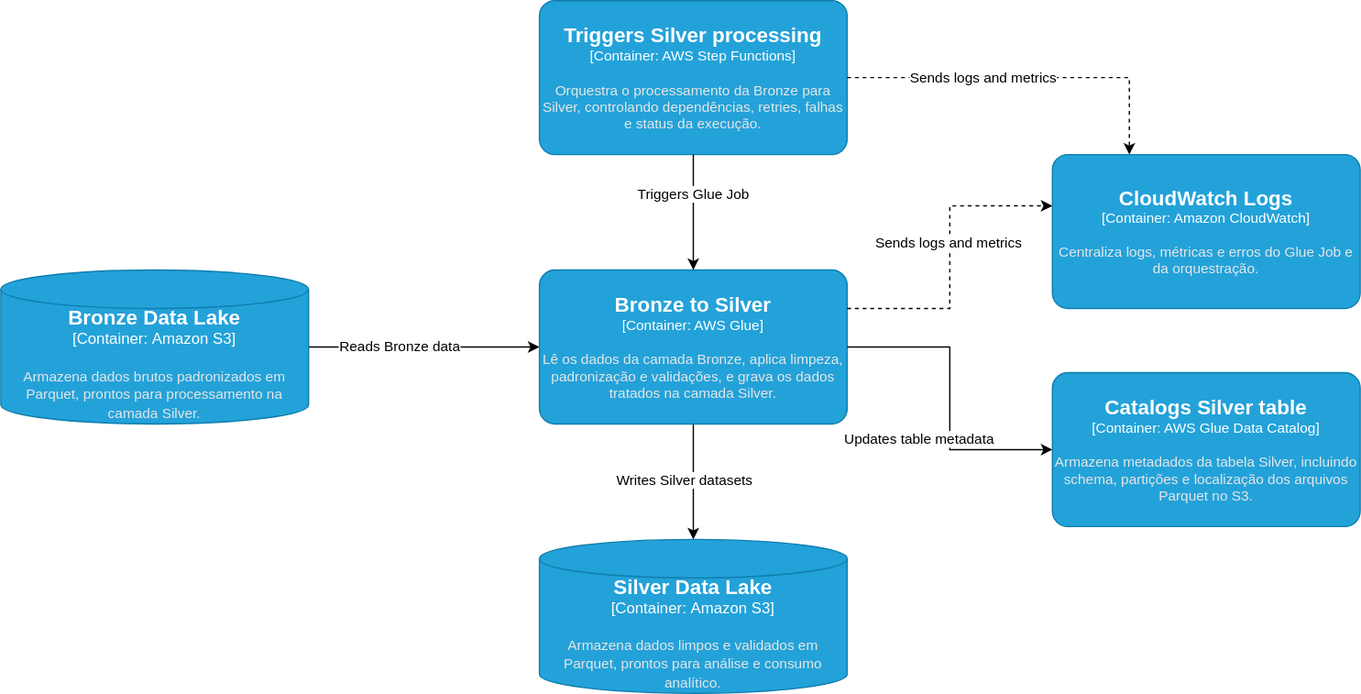
Earlier version of the draw.io export architecture/c4/c3_bronze_to_silver_flow.drawio.svg (lleonardo-p/data_masters). Source tidied: cells renumbered, new cells last; positions are measured from the earlier drawing's top-left corner, leaving out a move shared by most shapes. Source of this version:
```xml
<mxGraphModel>
  <root>
    <mxCell id="0" />
    <mxCell id="1" parent="0" />
    <mxCell id="2" style="edgeStyle=orthogonalEdgeStyle;rounded=0;jettySize=auto;html=1;exitX=1;exitY=0.5;exitDx=0;exitDy=0;exitPerimeter=0;" parent="1" edge="1" source="20" target="6">
      <mxGeometry relative="1" as="geometry" />
    </mxCell>
    <mxCell id="3" value="Reads Bronze data" style="edgeLabel;html=1;align=center;verticalAlign=middle;" parent="2" vertex="1">
      <mxGeometry x="-0.21" relative="1" as="geometry" />
    </mxCell>
    <mxCell id="4" style="edgeStyle=orthogonalEdgeStyle;rounded=0;jettySize=auto;html=1;exitX=0.5;exitY=1;exitDx=0;exitDy=0;exitPerimeter=0;" parent="1" edge="1" source="6">
      <mxGeometry relative="1" as="geometry">
        <mxPoint x="540" y="420" as="targetPoint" />
      </mxGeometry>
    </mxCell>
    <mxCell id="5" value="Writes Silver datasets" style="edgeLabel;html=1;align=center;verticalAlign=middle;" parent="4" vertex="1">
      <mxGeometry x="-0.07" y="2" relative="1" as="geometry">
        <mxPoint x="-9" y="2" as="offset" />
      </mxGeometry>
    </mxCell>
    <object id="6" label="&lt;font style=&quot;font-size: 16px&quot;&gt;&lt;b&gt;%c4Name%&lt;/b&gt;&lt;/font&gt;&lt;div&gt;[%c4Type%: %c4Technology%]&lt;/div&gt;&lt;br&gt;&lt;div&gt;&lt;font style=&quot;font-size: 11px&quot;&gt;&lt;font color=&quot;#E6E6E6&quot;&gt;%c4Description%&lt;/font&gt;&lt;/div&gt;" c4Description="Lê os dados da camada Bronze, aplica limpeza, padronização e validações, e grava os dados tratados na camada Silver." c4Name="Bronze to Silver" c4Technology="AWS Glue" c4Type="Container" placeholders="1">
      <mxCell style="rounded=1;whiteSpace=wrap;html=1;fontSize=11;labelBackgroundColor=none;fillColor=#23A2D9;fontColor=#ffffff;align=center;arcSize=10;strokeColor=#0E7DAD;points=[[0.25,0,0],[0.5,0,0],[0.75,0,0],[1,0.25,0],[1,0.5,0],[1,0.75,0],[0.75,1,0],[0.5,1,0],[0.25,1,0],[0,0.75,0],[0,0.5,0],[0,0.25,0]];" parent="1" vertex="1">
        <mxGeometry x="420" y="210" width="240" height="120" as="geometry" />
      </mxCell>
    </object>
    <object id="7" label="&lt;font style=&quot;font-size: 16px&quot;&gt;&lt;b&gt;%c4Name%&lt;/b&gt;&lt;/font&gt;&lt;div&gt;[%c4Type%: %c4Technology%]&lt;/div&gt;&lt;br&gt;&lt;div&gt;&lt;font style=&quot;font-size: 11px&quot;&gt;&lt;font color=&quot;#E6E6E6&quot;&gt;%c4Description%&lt;/font&gt;&lt;/div&gt;" c4Description="Armazena metadados da tabela Silver, incluindo schema, partições e localização dos arquivos Parquet no S3." c4Name="Catalogs Silver table" c4Technology="AWS Glue Data Catalog" c4Type="Container" placeholders="1">
      <mxCell style="rounded=1;whiteSpace=wrap;html=1;fontSize=11;labelBackgroundColor=none;fillColor=#23A2D9;fontColor=#ffffff;align=center;arcSize=10;strokeColor=#0E7DAD;points=[[0.25,0,0],[0.5,0,0],[0.75,0,0],[1,0.25,0],[1,0.5,0],[1,0.75,0],[0.75,1,0],[0.5,1,0],[0.25,1,0],[0,0.75,0],[0,0.5,0],[0,0.25,0]];" parent="1" vertex="1">
        <mxGeometry x="820" y="290" width="240" height="120" as="geometry" />
      </mxCell>
    </object>
    <mxCell id="8" style="edgeStyle=orthogonalEdgeStyle;rounded=0;jettySize=auto;html=1;exitX=1;exitY=0.5;exitDx=0;exitDy=0;exitPerimeter=0;entryX=0;entryY=0.5;entryDx=0;entryDy=0;entryPerimeter=0;" parent="1" edge="1" source="6" target="7">
      <mxGeometry relative="1" as="geometry" />
    </mxCell>
    <mxCell id="9" value="Updates table metadata" style="edgeLabel;html=1;align=center;verticalAlign=middle;" parent="8" vertex="1">
      <mxGeometry x="0.26" y="1" relative="1" as="geometry">
        <mxPoint x="-25" y="1" as="offset" />
      </mxGeometry>
    </mxCell>
    <object id="10" label="&lt;font style=&quot;font-size: 16px&quot;&gt;&lt;b&gt;%c4Name%&lt;/b&gt;&lt;/font&gt;&lt;div&gt;[%c4Type%: %c4Technology%]&lt;/div&gt;&lt;br&gt;&lt;div&gt;&lt;font style=&quot;font-size: 11px&quot;&gt;&lt;font color=&quot;#E6E6E6&quot;&gt;%c4Description%&lt;/font&gt;&lt;/div&gt;" c4Description="Centraliza logs, métricas e erros do Glue Job e da orquestração." c4Name="CloudWatch Logs" c4Technology="Amazon CloudWatch" c4Type="Container" placeholders="1">
      <mxCell style="rounded=1;whiteSpace=wrap;html=1;fontSize=11;labelBackgroundColor=none;fillColor=#23A2D9;fontColor=#ffffff;align=center;arcSize=10;strokeColor=#0E7DAD;points=[[0.25,0,0],[0.5,0,0],[0.75,0,0],[1,0.25,0],[1,0.5,0],[1,0.75,0],[0.75,1,0],[0.5,1,0],[0.25,1,0],[0,0.75,0],[0,0.5,0],[0,0.25,0]];" parent="1" vertex="1">
        <mxGeometry x="820" y="120" width="240" height="120" as="geometry" />
      </mxCell>
    </object>
    <mxCell id="11" style="edgeStyle=orthogonalEdgeStyle;rounded=0;jettySize=auto;html=1;exitX=1;exitY=0.25;exitDx=0;exitDy=0;exitPerimeter=0;entryX=0;entryY=0.333;entryDx=0;entryDy=0;entryPerimeter=0;dashed=1;" parent="1" edge="1" source="6" target="10">
      <mxGeometry relative="1" as="geometry" />
    </mxCell>
    <mxCell id="12" value="&lt;span style=&quot;color: rgba(0, 0, 0, 0); font-family: monospace; font-size: 0px; text-align: start; background-color: rgb(236, 236, 236);&quot;&gt;%3CmxGraphModel%3E%3Croot%3E%3CmxCell%20id%3D%220%22%2F%3E%3CmxCell%20id%3D%221%22%20parent%3D%220%22%2F%3E%3CmxCell%20id%3D%222%22%20connectable%3D%220%22%20parent%3D%221%22%20style%3D%22edgeLabel%3Bhtml%3D1%3Balign%3Dcenter%3BverticalAlign%3Dmiddle%3Bresizable%3D0%3Bpoints%3D%5B%5D%3B%22%20value%3D%22Sends%20logs%20and%20metrics%22%20vertex%3D%221%22%3E%3CmxGeometry%20x%3D%22-29%22%20y%3D%22-1279%22%20as%3D%22geometry%22%2F%3E%3C%2FmxCell%3E%3C%2Froot%3E%3C%2FmxGraphModel%3E&lt;/span&gt;" style="edgeLabel;html=1;align=center;verticalAlign=middle;" parent="11" vertex="1">
      <mxGeometry x="0.08" y="-1" relative="1" as="geometry" />
    </mxCell>
    <mxCell id="13" value="Sends logs and metrics" style="edgeLabel;html=1;align=center;verticalAlign=middle;" parent="11" vertex="1">
      <mxGeometry x="0.1" y="1" relative="1" as="geometry" />
    </mxCell>
    <object id="14" label="&lt;font style=&quot;font-size: 16px&quot;&gt;&lt;b&gt;%c4Name%&lt;/b&gt;&lt;/font&gt;&lt;div&gt;[%c4Type%: %c4Technology%]&lt;/div&gt;&lt;br&gt;&lt;div&gt;&lt;font style=&quot;font-size: 11px&quot;&gt;&lt;font color=&quot;#E6E6E6&quot;&gt;%c4Description%&lt;/font&gt;&lt;/div&gt;" c4Description="Orquestra o processamento da Bronze para Silver, controlando dependências, retries, falhas e status da execução." c4Name="Triggers Silver processing" c4Technology="AWS Step Functions" c4Type="Container" placeholders="1">
      <mxCell style="rounded=1;whiteSpace=wrap;html=1;fontSize=11;labelBackgroundColor=none;fillColor=#23A2D9;fontColor=#ffffff;align=center;arcSize=10;strokeColor=#0E7DAD;points=[[0.25,0,0],[0.5,0,0],[0.75,0,0],[1,0.25,0],[1,0.5,0],[1,0.75,0],[0.75,1,0],[0.5,1,0],[0.25,1,0],[0,0.75,0],[0,0.5,0],[0,0.25,0]];" parent="1" vertex="1">
        <mxGeometry x="420" width="240" height="120" as="geometry" />
      </mxCell>
    </object>
    <mxCell id="15" style="edgeStyle=orthogonalEdgeStyle;rounded=0;jettySize=auto;html=1;entryX=0.5;entryY=0;entryDx=0;entryDy=0;entryPerimeter=0;" parent="1" edge="1" source="14" target="6">
      <mxGeometry relative="1" as="geometry" />
    </mxCell>
    <mxCell id="16" value="&lt;span style=&quot;color: rgba(0, 0, 0, 0); font-family: monospace; font-size: 0px; text-align: start; background-color: rgb(236, 236, 236);&quot;&gt;%3CmxGraphModel%3E%3Croot%3E%3CmxCell%20id%3D%220%22%2F%3E%3CmxCell%20id%3D%221%22%20parent%3D%220%22%2F%3E%3CmxCell%20id%3D%222%22%20connectable%3D%220%22%20parent%3D%221%22%20style%3D%22edgeLabel%3Bhtml%3D1%3Balign%3Dcenter%3BverticalAlign%3Dmiddle%3Bresizable%3D0%3Bpoints%3D%5B%5D%3B%22%20value%3D%22Triggers%20scheduled%20pipeline%22%20vertex%3D%221%22%3E%3CmxGeometry%20x%3D%22-260%22%20y%3D%22-1380%22%20as%3D%22geometry%22%2F%3E%3C%2FmxCell%3E%3C%2Froot%3E%3C%2FmxGraphModel%3E&lt;/span&gt;" style="edgeLabel;html=1;align=center;verticalAlign=middle;" parent="15" vertex="1">
      <mxGeometry x="-0.3" y="-1" relative="1" as="geometry" />
    </mxCell>
    <mxCell id="17" value="Triggers Glue Job" style="edgeLabel;html=1;align=center;verticalAlign=middle;" parent="15" vertex="1">
      <mxGeometry x="-0.31" relative="1" as="geometry" />
    </mxCell>
    <mxCell id="18" style="edgeStyle=orthogonalEdgeStyle;rounded=0;jettySize=auto;html=1;exitX=1;exitY=0.5;exitDx=0;exitDy=0;exitPerimeter=0;entryX=0.25;entryY=0;entryDx=0;entryDy=0;entryPerimeter=0;dashed=1;" parent="1" edge="1" source="14" target="10">
      <mxGeometry relative="1" as="geometry" />
    </mxCell>
    <mxCell id="19" value="Sends logs and metrics" style="edgeLabel;html=1;align=center;verticalAlign=middle;" parent="18" vertex="1">
      <mxGeometry x="-0.43" y="-2" relative="1" as="geometry">
        <mxPoint x="26" y="-2" as="offset" />
      </mxGeometry>
    </mxCell>
    <object id="20" label="&lt;font style=&quot;font-size: 16px&quot;&gt;&lt;b&gt;%c4Name%&lt;/b&gt;&lt;/font&gt;&lt;div&gt;[%c4Type%:&amp;nbsp;%c4Technology%]&lt;/div&gt;&lt;br&gt;&lt;div&gt;&lt;font style=&quot;font-size: 11px&quot;&gt;&lt;font color=&quot;#E6E6E6&quot;&gt;%c4Description%&lt;/font&gt;&lt;/div&gt;" c4Description="Armazena dados brutos padronizados em Parquet, prontos para processamento na camada Silver." c4Name="Bronze Data Lake" c4Technology="Amazon S3" c4Type="Container" placeholders="1">
      <mxCell style="shape=cylinder3;size=15;whiteSpace=wrap;html=1;boundedLbl=1;rounded=0;labelBackgroundColor=none;fillColor=#23A2D9;fontSize=12;fontColor=#ffffff;align=center;strokeColor=#0E7DAD;points=[[0.5,0,0],[1,0.25,0],[1,0.5,0],[1,0.75,0],[0.5,1,0],[0,0.75,0],[0,0.5,0],[0,0.25,0]];" parent="1" vertex="1">
        <mxGeometry y="210" width="240" height="120" as="geometry" />
      </mxCell>
    </object>
    <object id="21" label="&lt;font style=&quot;font-size: 16px&quot;&gt;&lt;b&gt;%c4Name%&lt;/b&gt;&lt;/font&gt;&lt;div&gt;[%c4Type%:&amp;nbsp;%c4Technology%]&lt;/div&gt;&lt;br&gt;&lt;div&gt;&lt;font style=&quot;font-size: 11px&quot;&gt;&lt;font color=&quot;#E6E6E6&quot;&gt;%c4Description%&lt;/font&gt;&lt;/div&gt;" c4Description="Armazena dados limpos e validados em Parquet, prontos para análise e consumo analítico." c4Name="Silver Data Lake" c4Technology="Amazon S3" c4Type="Container" placeholders="1">
      <mxCell style="shape=cylinder3;size=15;whiteSpace=wrap;html=1;boundedLbl=1;rounded=0;labelBackgroundColor=none;fillColor=#23A2D9;fontSize=12;fontColor=#ffffff;align=center;strokeColor=#0E7DAD;points=[[0.5,0,0],[1,0.25,0],[1,0.5,0],[1,0.75,0],[0.5,1,0],[0,0.75,0],[0,0.5,0],[0,0.25,0]];" parent="1" vertex="1">
        <mxGeometry x="420" y="420" width="240" height="120" as="geometry" />
      </mxCell>
    </object>
  </root>
</mxGraphModel>
```
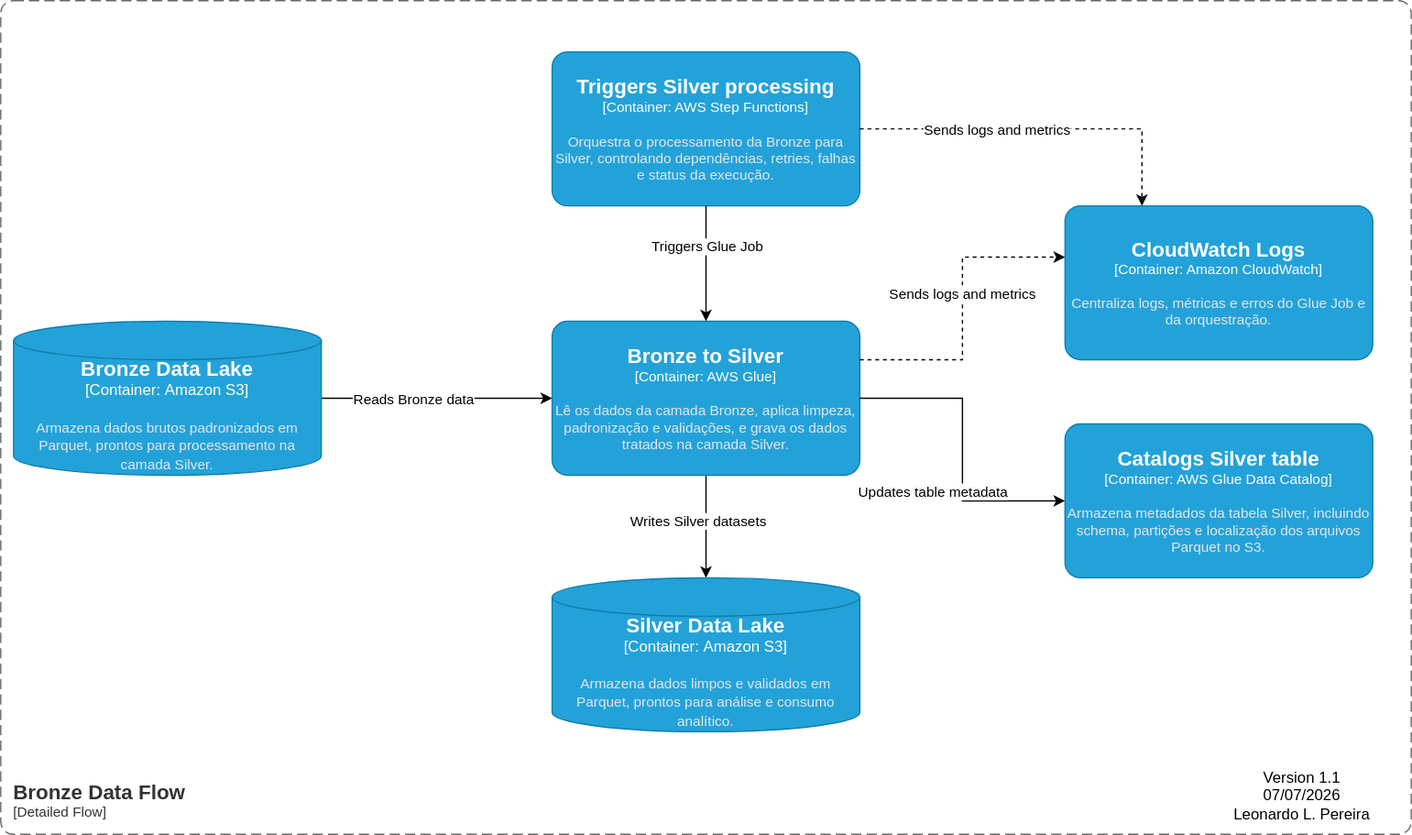
Above is the later version.

The edit, as a diff of the source:
```diff
@@ -8,14 +8,12 @@
     <mxCell id="3" value="Reads Bronze data" style="edgeLabel;html=1;align=center;verticalAlign=middle;" parent="2" vertex="1">
       <mxGeometry x="-0.21" relative="1" as="geometry" />
     </mxCell>
-    <mxCell id="4" style="edgeStyle=orthogonalEdgeStyle;rounded=0;jettySize=auto;html=1;exitX=0.5;exitY=1;exitDx=0;exitDy=0;exitPerimeter=0;" parent="1" edge="1" source="6">
-      <mxGeometry relative="1" as="geometry">
-        <mxPoint x="540" y="420" as="targetPoint" />
-      </mxGeometry>
+    <mxCell id="4" style="edgeStyle=orthogonalEdgeStyle;rounded=0;jettySize=auto;html=1;exitX=0.5;exitY=1;exitDx=0;exitDy=0;exitPerimeter=0;entryX=0.5;entryY=0;entryDx=0;entryDy=0;entryPerimeter=0;" parent="1" edge="1" source="6" target="21">
+      <mxGeometry relative="1" as="geometry" />
     </mxCell>
     <mxCell id="5" value="Writes Silver datasets" style="edgeLabel;html=1;align=center;verticalAlign=middle;" parent="4" vertex="1">
       <mxGeometry x="-0.07" y="2" relative="1" as="geometry">
-        <mxPoint x="-9" y="2" as="offset" />
+        <mxPoint x="-9" y="-2" as="offset" />
       </mxGeometry>
     </mxCell>
     <object id="6" label="&lt;font style=&quot;font-size: 16px&quot;&gt;&lt;b&gt;%c4Name%&lt;/b&gt;&lt;/font&gt;&lt;div&gt;[%c4Type%: %c4Technology%]&lt;/div&gt;&lt;br&gt;&lt;div&gt;&lt;font style=&quot;font-size: 11px&quot;&gt;&lt;font color=&quot;#E6E6E6&quot;&gt;%c4Description%&lt;/font&gt;&lt;/div&gt;" c4Description="Lê os dados da camada Bronze, aplica limpeza, padronização e validações, e grava os dados tratados na camada Silver." c4Name="Bronze to Silver" c4Technology="AWS Glue" c4Type="Container" placeholders="1">
@@ -79,8 +77,16 @@
     </object>
     <object id="21" label="&lt;font style=&quot;font-size: 16px&quot;&gt;&lt;b&gt;%c4Name%&lt;/b&gt;&lt;/font&gt;&lt;div&gt;[%c4Type%:&amp;nbsp;%c4Technology%]&lt;/div&gt;&lt;br&gt;&lt;div&gt;&lt;font style=&quot;font-size: 11px&quot;&gt;&lt;font color=&quot;#E6E6E6&quot;&gt;%c4Description%&lt;/font&gt;&lt;/div&gt;" c4Description="Armazena dados limpos e validados em Parquet, prontos para análise e consumo analítico." c4Name="Silver Data Lake" c4Technology="Amazon S3" c4Type="Container" placeholders="1">
       <mxCell style="shape=cylinder3;size=15;whiteSpace=wrap;html=1;boundedLbl=1;rounded=0;labelBackgroundColor=none;fillColor=#23A2D9;fontSize=12;fontColor=#ffffff;align=center;strokeColor=#0E7DAD;points=[[0.5,0,0],[1,0.25,0],[1,0.5,0],[1,0.75,0],[0.5,1,0],[0,0.75,0],[0,0.5,0],[0,0.25,0]];" parent="1" vertex="1">
-        <mxGeometry x="420" y="420" width="240" height="120" as="geometry" />
+        <mxGeometry x="420" y="410" width="240" height="120" as="geometry" />
       </mxCell>
     </object>
+    <object id="22" label="&lt;font style=&quot;font-size: 16px&quot;&gt;&lt;b&gt;&lt;div style=&quot;text-align: left&quot;&gt;%c4Name%&lt;/div&gt;&lt;/b&gt;&lt;/font&gt;&lt;div style=&quot;text-align: left&quot;&gt;[%c4Application%]&lt;/div&gt;" c4Application="Detailed Flow" c4Name="Bronze Data Flow" c4Type="" placeholders="1">
+      <mxCell style="rounded=1;fontSize=11;whiteSpace=wrap;html=1;dashed=1;arcSize=20;fillColor=none;strokeColor=#666666;fontColor=#333333;labelBackgroundColor=none;align=left;verticalAlign=bottom;labelBorderColor=none;spacingTop=0;spacing=10;dashPattern=8 4;perimeter=rectanglePerimeter;noLabel=0;labelPadding=0;absoluteArcSize=1;" parent="1" vertex="1">
+        <mxGeometry x="-10" y="-40" width="1100" height="650" as="geometry" />
+      </mxCell>
+    </object>
+    <mxCell id="23" value="Version 1.1&lt;div&gt;07/07/2026&lt;/div&gt;&lt;div&gt;Leonardo L. Pereira&lt;/div&gt;" style="text;html=1;whiteSpace=wrap;strokeColor=none;fillColor=none;align=center;verticalAlign=middle;rounded=0;" parent="1" vertex="1">
+      <mxGeometry x="930" y="565" width="150" height="30" as="geometry" />
+    </mxCell>
   </root>
 </mxGraphModel>
```
